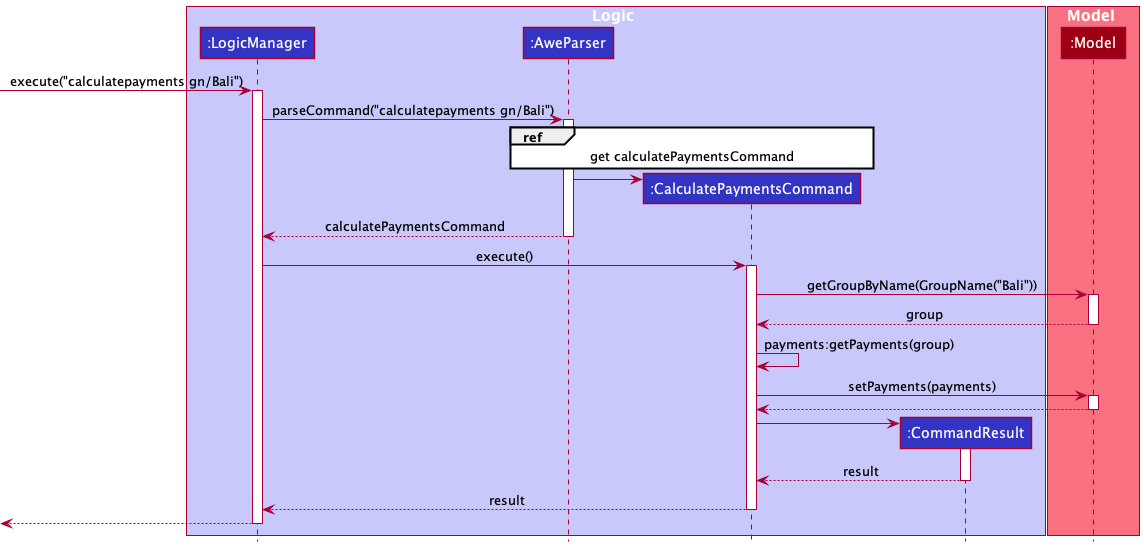
ramapriyan912001/tp keeps this PlantUML diagram as docs/images/CalculatePaymentsSequenceDiagram.png. Above is the earlier version. Source of this version:
```plantuml
@startuml
!include style.puml

box Logic LOGIC_COLOR_T1
participant ":LogicManager" as LogicManager LOGIC_COLOR
participant ":AweParser" as AweParser LOGIC_COLOR
participant ":CalculatePaymentsCommand" as CalculatePaymentsCommand LOGIC_COLOR
participant ":CommandResult" as CommandResult LOGIC_COLOR
end box

box Model MODEL_COLOR_T1
participant ":Model" as Model MODEL_COLOR
end box

[-> LogicManager : execute("calculatepayments gn/Bali")
activate LogicManager

LogicManager -> AweParser : parseCommand("calculatepayments gn/Bali")
activate AweParser

ref over AweParser, CalculatePaymentsCommand:get calculatePaymentsCommand
create CalculatePaymentsCommand
AweParser -> CalculatePaymentsCommand


AweParser --> LogicManager : calculatePaymentsCommand
deactivate AweParser

LogicManager -> CalculatePaymentsCommand : execute()
activate CalculatePaymentsCommand

CalculatePaymentsCommand -> Model : getGroupByName(GroupName("Bali"))
activate Model
Model --> CalculatePaymentsCommand : group
deactivate Model

CalculatePaymentsCommand -> CalculatePaymentsCommand : payments:getPayments(group)

CalculatePaymentsCommand -> Model : setPayments(payments)
activate Model
Model --> CalculatePaymentsCommand
deactivate Model

create CommandResult
CalculatePaymentsCommand -> CommandResult
activate CommandResult

CommandResult --> CalculatePaymentsCommand : result
deactivate CommandResult

CalculatePaymentsCommand --> LogicManager : result
deactivate CalculatePaymentsCommand

[<--LogicManager
deactivate LogicManager
@enduml
```
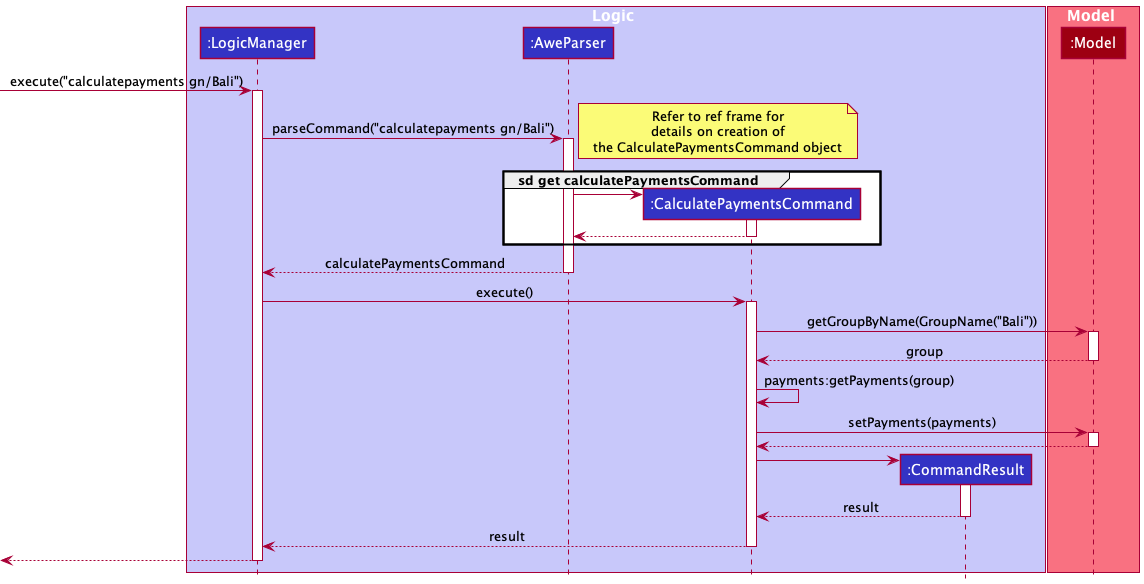
The same diagram one commit later.

Commit message:
Edit sequence diagrams

What changed in the source:
```diff
@@ -18,10 +18,18 @@
 LogicManager -> AweParser : parseCommand("calculatepayments gn/Bali")
 activate AweParser
 
-ref over AweParser, CalculatePaymentsCommand:get calculatePaymentsCommand
+note right
+Refer to ref frame for
+details on creation of
+the CalculatePaymentsCommand object
+end note
+group sd get calculatePaymentsCommand
 create CalculatePaymentsCommand
 AweParser -> CalculatePaymentsCommand
-
+activate CalculatePaymentsCommand
+CalculatePaymentsCommand --> AweParser
+deactivate CalculatePaymentsCommand
+end group
 
 AweParser --> LogicManager : calculatePaymentsCommand
 deactivate AweParser
```
